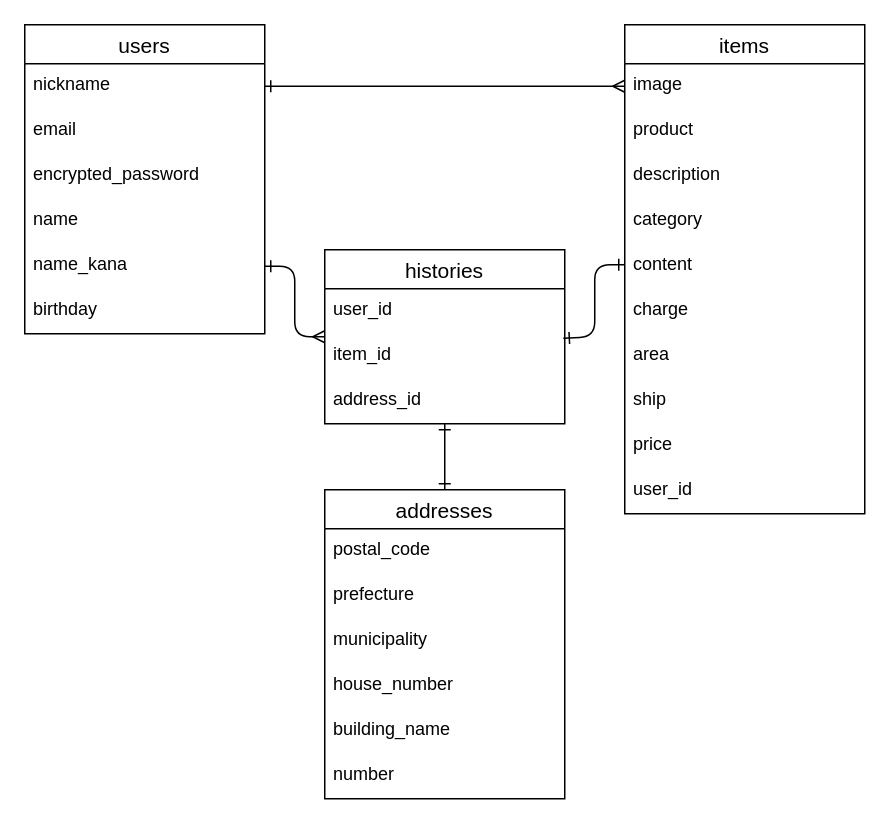
Above: designdb.dio in HSKINK/furima-36187 (draw.io), before the change. Source tidied: cells renumbered, new cells numbered last; positions are measured from the earlier drawing's top-left corner, leaving out a move shared by most shapes. Both pictures are drawn from the tidied source at 150%, with x=0, y=0 at pixel (24, 24).
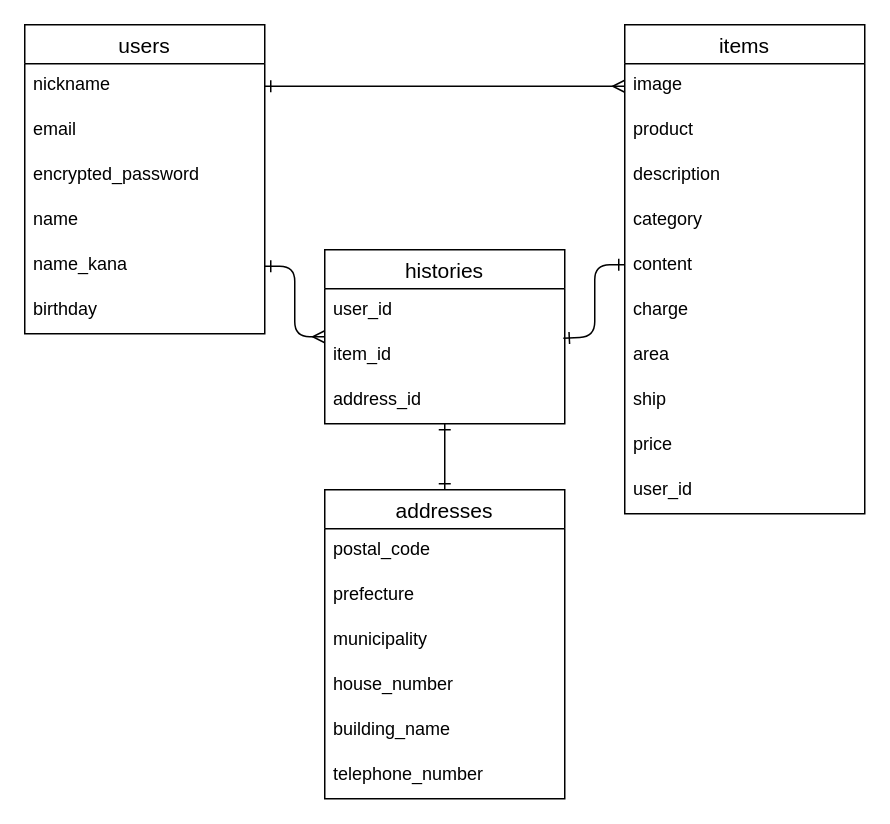
The same page after the edit.

Unchanged cells that the change refers to:
```xml
<mxCell id="9" value="addresses" style="swimlane;fontStyle=0;horizontal=1;startSize=26;align=center;fontSize=14;" parent="1" vertex="1">
  <mxGeometry x="200" y="310" width="160" height="206" as="geometry" />
</mxCell>
```

Diff of the diagram source:
```diff
@@
-    <mxCell id="15" value="number" style="text;strokeColor=none;fillColor=none;spacingLeft=4;spacingRight=4;overflow=hidden;fontSize=12;" parent="9" vertex="1">
+    <mxCell id="15" value="telephone_number" style="text;strokeColor=none;fillColor=none;spacingLeft=4;spacingRight=4;overflow=hidden;fontSize=12;" parent="9" vertex="1">
       <mxGeometry y="176" width="160" height="30" as="geometry" />
     </mxCell>
```
